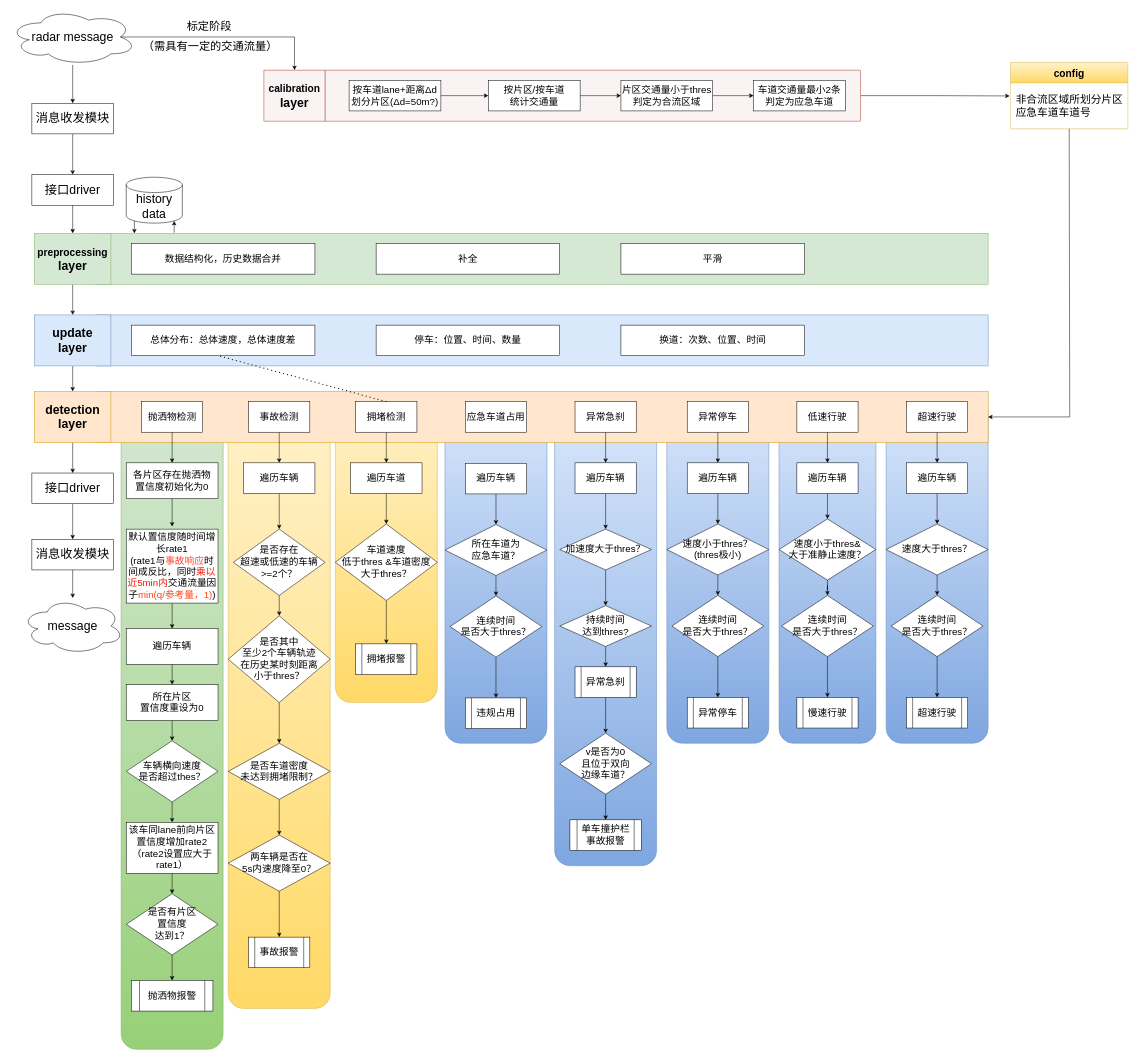
Above: page "v3.0" (1 of 2) of docs/algorithms_logic.drawio in Ruyi-Feng/spill-detection (draw.io), before the change. Source tidied: cells renumbered, new cells numbered last; positions are measured from the earlier drawing's top-left corner, leaving out a move shared by most shapes. Both pictures are drawn from the tidied source at 51%, with x=0, y=0 at pixel (9, 9).
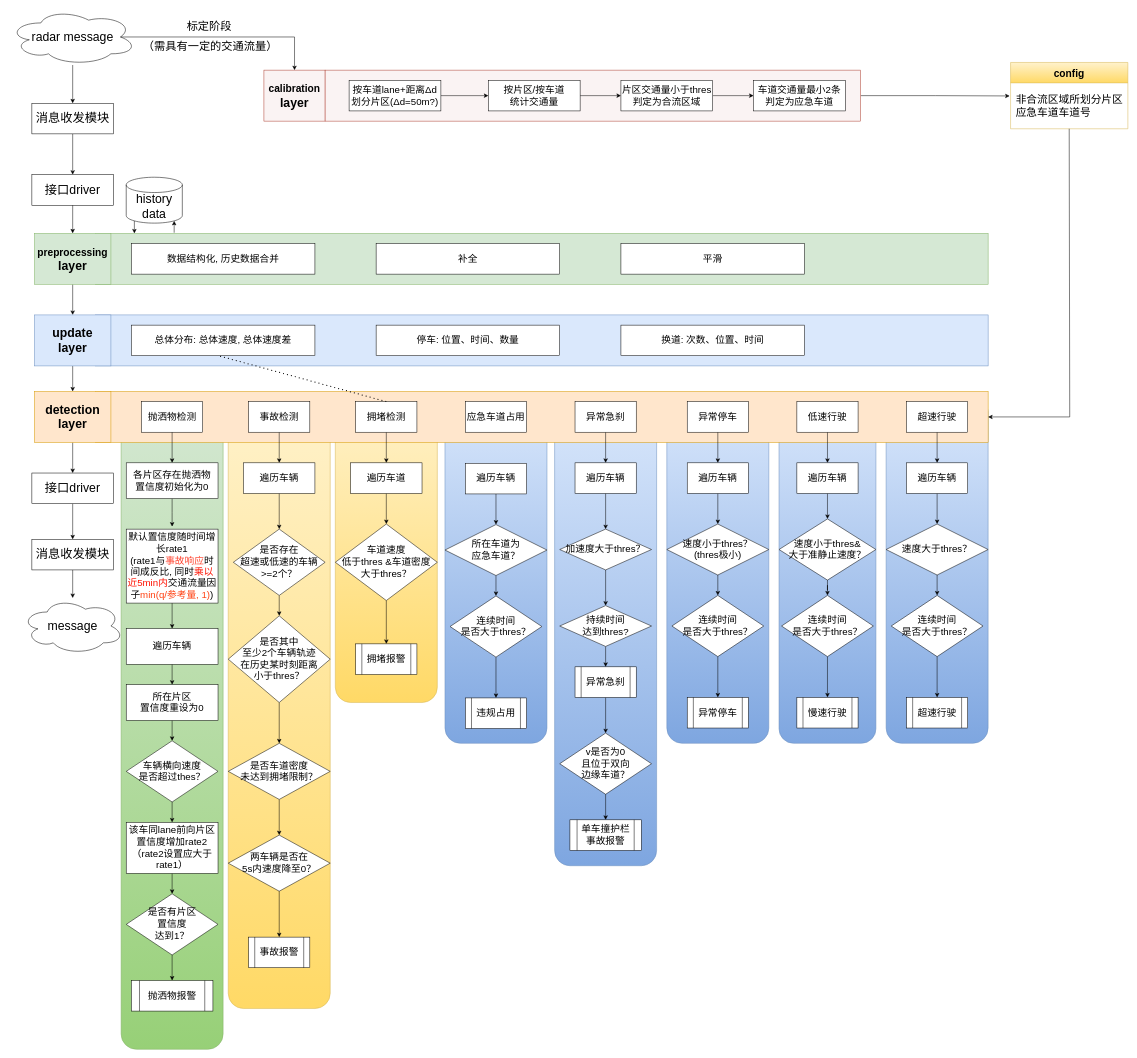
Above is the later version.

Diff of the diagram source:
```diff
@@
-    <mxCell id="27" value="数据结构化，历史数据合并" style="rounded=0;whiteSpace=wrap;html=1;fontSize=19;" parent="1" vertex="1">
+    <mxCell id="27" value="数据结构化, 历史数据合并" style="rounded=0;whiteSpace=wrap;html=1;fontSize=19;" parent="1" vertex="1">
       <mxGeometry x="240" y="460" width="360" height="60" as="geometry" />
     </mxCell>
@@
-    <mxCell id="36" value="总体分布：总体速度，总体速度差" style="rounded=0;whiteSpace=wrap;html=1;fontSize=19;" parent="1" vertex="1">
+    <mxCell id="36" value="总体分布: 总体速度, 总体速度差" style="rounded=0;whiteSpace=wrap;html=1;fontSize=19;" parent="1" vertex="1">
       <mxGeometry x="240" y="620" width="360" height="60" as="geometry" />
     </mxCell>
-    <mxCell id="37" value="停车：位置、时间、数量" style="rounded=0;whiteSpace=wrap;html=1;fontSize=19;" parent="1" vertex="1">
+    <mxCell id="37" value="停车: 位置、时间、数量" style="rounded=0;whiteSpace=wrap;html=1;fontSize=19;" parent="1" vertex="1">
       <mxGeometry x="720" y="620" width="360" height="60" as="geometry" />
     </mxCell>
-    <mxCell id="38" value="换道：次数、位置、时间" style="rounded=0;whiteSpace=wrap;html=1;fontSize=19;" parent="1" vertex="1">
+    <mxCell id="38" value="换道: 次数、位置、时间" style="rounded=0;whiteSpace=wrap;html=1;fontSize=19;" parent="1" vertex="1">
       <mxGeometry x="1200" y="620" width="360" height="60" as="geometry" />
     </mxCell>
@@
-    <mxCell id="80" value="默认置信度随时间增长rate1&lt;br&gt;(rate1与&lt;font color=&quot;#ff432e&quot;&gt;事故响应&lt;/font&gt;时间成反比，同时&lt;font color=&quot;#ff1303&quot;&gt;乘以近5min内&lt;/font&gt;交通流量因子&lt;font color=&quot;#ff4112&quot;&gt;min(q/参考量，1)&lt;/font&gt;)" style="rounded=0;whiteSpace=wrap;html=1;fontSize=19;" parent="1" vertex="1">
+    <mxCell id="80" value="默认置信度随时间增长rate1&lt;br&gt;(rate1与&lt;font color=&quot;#ff432e&quot;&gt;事故响应&lt;/font&gt;时间成反比, 同时&lt;font color=&quot;#ff1303&quot;&gt;乘以近5min内&lt;/font&gt;交通流量因子&lt;font color=&quot;#ff4112&quot;&gt;min(q/参考量, 1)&lt;/font&gt;)" style="rounded=0;whiteSpace=wrap;html=1;fontSize=19;" parent="1" vertex="1">
       <mxGeometry x="230" y="1020" width="180" height="145" as="geometry" />
     </mxCell>
```
